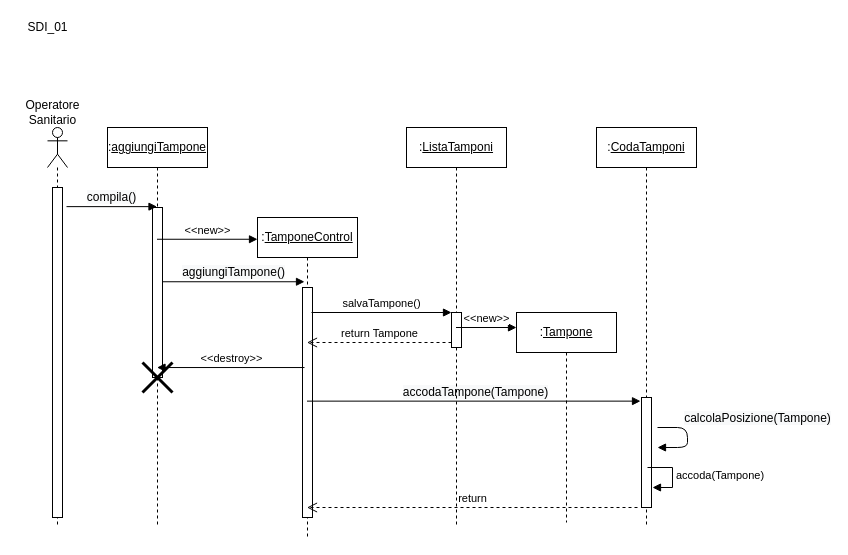
lorycris99/Team-HILO keeps this draw.io diagram as page "SDI_01 new" (7 of 8) of Diagrammi/Sequence Diagram.drawio. Above is the earlier version. Source tidied: cells renumbered, new cells numbered last; positions are measured from the earlier drawing's top-left corner, leaving out a move shared by most shapes. Both pictures are drawn from the tidied source at 100%, with x=0, y=0 at pixel (17, 17).
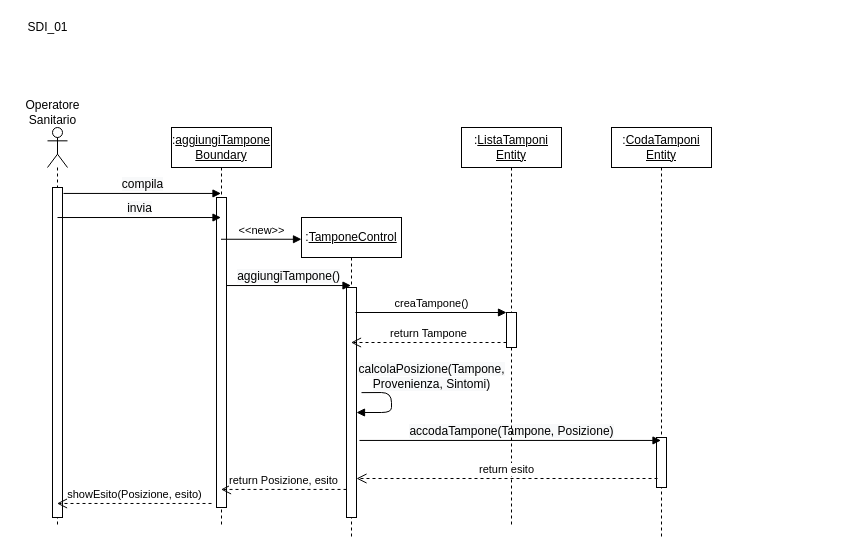
The same page after the edit.

The change refers to these unchanged cells:
```xml
<mxCell id="2" style="shape=umlLifeline;participant=umlActor;perimeter=lifelinePerimeter;whiteSpace=wrap;html=1;verticalAlign=top;spacingTop=36;outlineConnect=0;" parent="1" vertex="1">
  <mxGeometry x="30" y="110" width="20" height="400" as="geometry" />
</mxCell>
<mxCell id="3" style="html=1;points=[];perimeter=orthogonalPerimeter;" parent="2" vertex="1">
  <mxGeometry x="5" y="60" width="10" height="330" as="geometry" />
</mxCell>
<mxCell id="9" style="html=1;points=[];perimeter=orthogonalPerimeter;" parent="8" vertex="1">
  <mxGeometry x="45" y="70" width="10" height="230" as="geometry" />
</mxCell>
<mxCell id="20" style="html=1;points=[];perimeter=orthogonalPerimeter;" parent="19" vertex="1">
  <mxGeometry x="45" y="185" width="10" height="35" as="geometry" />
</mxCell>
```

Diff of the diagram source:
```diff
@@
-    <mxCell id="4" value=":&lt;u&gt;aggiungiTampone&lt;/u&gt;" style="shape=umlLifeline;perimeter=lifelinePerimeter;whiteSpace=wrap;html=1;outlineConnect=0;" parent="1" vertex="1">
-      <mxGeometry x="90" y="110" width="100" height="400" as="geometry" />
+    <mxCell id="4" value=":&lt;u&gt;aggiungiTampone&lt;br&gt;Boundary&lt;br&gt;&lt;/u&gt;" style="shape=umlLifeline;perimeter=lifelinePerimeter;whiteSpace=wrap;html=1;outlineConnect=0;" parent="1" vertex="1">
+      <mxGeometry x="154" y="110" width="100" height="400" as="geometry" />
     </mxCell>
     <mxCell id="5" style="html=1;points=[];perimeter=orthogonalPerimeter;" parent="4" vertex="1">
-      <mxGeometry x="45" y="80" width="10" height="170" as="geometry" />
+      <mxGeometry x="45" y="70" width="10" height="310" as="geometry" />
     </mxCell>
@@
-    <mxCell id="7" style="shape=umlDestroy;whiteSpace=wrap;html=1;strokeWidth=3;" parent="4" vertex="1">
-      <mxGeometry x="35" y="235" width="30" height="30" as="geometry" />
-    </mxCell>
     <mxCell id="8" value=":&lt;u&gt;TamponeControl&lt;/u&gt;" style="shape=umlLifeline;perimeter=lifelinePerimeter;whiteSpace=wrap;html=1;outlineConnect=0;" parent="1" vertex="1">
-      <mxGeometry x="240" y="200" width="100" height="320" as="geometry" />
+      <mxGeometry x="284" y="200" width="100" height="320" as="geometry" />
     </mxCell>
@@
+    <mxCell id="15" value="&lt;span style=&quot;font-size: 12px ; background-color: rgb(248 , 249 , 250)&quot;&gt;calcolaPosizione(Tampone,&lt;br&gt;Provenienza, Sintomi)&lt;/span&gt;" style="html=1;verticalAlign=bottom;endArrow=block;exitX=1.5;exitY=0.457;exitDx=0;exitDy=0;exitPerimeter=0;" parent="8" edge="1" source="9" target="9">
+      <mxGeometry x="-0.27" y="40" relative="1" as="geometry">
+        <Array as="points">
+          <mxPoint x="90" y="175" />
+          <mxPoint x="90" y="195" />
+        </Array>
+      </mxGeometry>
+    </mxCell>
-    <mxCell id="10" value=":&lt;u&gt;CodaTamponi&lt;/u&gt;" style="shape=umlLifeline;perimeter=lifelinePerimeter;whiteSpace=wrap;html=1;outlineConnect=0;" parent="1" vertex="1">
-      <mxGeometry x="579" y="110" width="100" height="400" as="geometry" />
+    <mxCell id="10" value=":&lt;u&gt;CodaTamponi&lt;br&gt;Entity&lt;br&gt;&lt;/u&gt;" style="shape=umlLifeline;perimeter=lifelinePerimeter;whiteSpace=wrap;html=1;outlineConnect=0;" parent="1" vertex="1">
+      <mxGeometry x="594" y="110" width="100" height="410" as="geometry" />
     </mxCell>
     <mxCell id="11" style="html=1;points=[];perimeter=orthogonalPerimeter;" parent="10" vertex="1">
-      <mxGeometry x="45" y="270" width="10" height="110" as="geometry" />
+      <mxGeometry x="45" y="310" width="10" height="50" as="geometry" />
     </mxCell>
@@
-    <mxCell id="15" value="&lt;span style=&quot;font-size: 12px ; background-color: rgb(248 , 249 , 250)&quot;&gt;calcolaPosizione(Tampone)&lt;/span&gt;" style="html=1;verticalAlign=bottom;endArrow=block;" parent="1" edge="1">
-      <mxGeometry x="-0.25" y="70" relative="1" as="geometry">
-        <mxPoint x="640" y="410" as="sourcePoint" />
-        <mxPoint x="640" y="430" as="targetPoint" />
-        <Array as="points">
-          <mxPoint x="670" y="410" />
-          <mxPoint x="670" y="430" />
-        </Array>
-      </mxGeometry>
-    </mxCell>
-    <mxCell id="16" value="&lt;span style=&quot;font-size: 12px ; background-color: rgb(248 , 249 , 250)&quot;&gt;accodaTampone(Tampone)&lt;/span&gt;" style="html=1;verticalAlign=bottom;endArrow=block;entryX=-0.1;entryY=0.033;entryDx=0;entryDy=0;entryPerimeter=0;" parent="1" edge="1" source="8" target="11">
-      <mxGeometry relative="1" as="geometry">
-        <mxPoint x="1" as="offset" />
-      </mxGeometry>
+    <mxCell id="16" value="&lt;span style=&quot;font-size: 12px ; background-color: rgb(248 , 249 , 250)&quot;&gt;accodaTampone(Tampone, Posizione)&lt;/span&gt;" style="html=1;verticalAlign=bottom;endArrow=block;exitX=1.3;exitY=0.665;exitDx=0;exitDy=0;exitPerimeter=0;" parent="1" edge="1" source="9" target="10">
+      <mxGeometry x="0.01" relative="1" as="geometry" />
     </mxCell>
-    <mxCell id="17" value="&lt;span style=&quot;font-size: 12px ; background-color: rgb(248 , 249 , 250)&quot;&gt;compila()&lt;/span&gt;" style="html=1;verticalAlign=bottom;endArrow=block;exitX=1.4;exitY=0.058;exitDx=0;exitDy=0;exitPerimeter=0;" parent="1" edge="1" source="3" target="4">
+    <mxCell id="17" value="&lt;span style=&quot;font-size: 12px ; background-color: rgb(248 , 249 , 250)&quot;&gt;compila&lt;/span&gt;" style="html=1;verticalAlign=bottom;endArrow=block;exitX=1.1;exitY=0.018;exitDx=0;exitDy=0;exitPerimeter=0;" parent="1" edge="1" source="3" target="4">
       <mxGeometry relative="1" as="geometry" />
     </mxCell>
-    <mxCell id="18" value="&lt;span style=&quot;font-size: 12px ; background-color: rgb(248 , 249 , 250)&quot;&gt;aggiungiTampone()&lt;/span&gt;" style="html=1;verticalAlign=bottom;endArrow=block;entryX=0.2;entryY=-0.025;entryDx=0;entryDy=0;entryPerimeter=0;" parent="1" edge="1" source="5" target="9">
+    <mxCell id="18" value="&lt;span style=&quot;font-size: 12px ; background-color: rgb(248 , 249 , 250)&quot;&gt;aggiungiTampone()&lt;/span&gt;" style="html=1;verticalAlign=bottom;endArrow=block;exitX=1;exitY=0.284;exitDx=0;exitDy=0;exitPerimeter=0;" parent="1" edge="1" source="5" target="8">
       <mxGeometry relative="1" as="geometry" />
     </mxCell>
-    <mxCell id="19" value=":&lt;u&gt;ListaTamponi&lt;/u&gt;" style="shape=umlLifeline;perimeter=lifelinePerimeter;whiteSpace=wrap;html=1;outlineConnect=0;" parent="1" vertex="1">
-      <mxGeometry x="389" y="110" width="100" height="400" as="geometry" />
+    <mxCell id="19" value=":&lt;u&gt;ListaTamponi&lt;br&gt;Entity&lt;br&gt;&lt;/u&gt;" style="shape=umlLifeline;perimeter=lifelinePerimeter;whiteSpace=wrap;html=1;outlineConnect=0;" parent="1" vertex="1">
+      <mxGeometry x="444" y="110" width="100" height="400" as="geometry" />
     </mxCell>
@@
-    <mxCell id="21" value="salvaTampone()" style="html=1;verticalAlign=bottom;endArrow=block;" parent="1" edge="1" target="20">
+    <mxCell id="21" value="creaTampone()" style="html=1;verticalAlign=bottom;endArrow=block;" parent="1" edge="1" target="20">
       <mxGeometry relative="1" as="geometry">
-        <mxPoint x="294" y="295" as="sourcePoint" />
+        <mxPoint x="338" y="295" as="sourcePoint" />
       </mxGeometry>
     </mxCell>
-    <mxCell id="22" value="&amp;lt;&amp;lt;new&amp;gt;&amp;gt;" style="html=1;verticalAlign=bottom;endArrow=block;" parent="1" edge="1" source="19">
-      <mxGeometry relative="1" as="geometry">
-        <mxPoint x="499" y="310" as="targetPoint" />
-      </mxGeometry>
-    </mxCell>
-    <mxCell id="23" value=":&lt;u&gt;Tampone&lt;/u&gt;" style="shape=umlLifeline;perimeter=lifelinePerimeter;whiteSpace=wrap;html=1;" parent="1" vertex="1">
-      <mxGeometry x="499" y="295" width="100" height="210" as="geometry" />
-    </mxCell>
@@
-    <mxCell id="25" value="accoda(Tampone)" style="edgeStyle=orthogonalEdgeStyle;html=1;align=left;spacingLeft=2;endArrow=block;rounded=0;entryX=1;entryY=0;" parent="1" edge="1">
-      <mxGeometry relative="1" as="geometry">
-        <mxPoint x="630" y="450" as="sourcePoint" />
-        <mxPoint x="635" y="470" as="targetPoint" />
-        <Array as="points">
-          <mxPoint x="655" y="450" />
-        </Array>
-      </mxGeometry>
-    </mxCell>
-    <mxCell id="26" value="return" style="html=1;verticalAlign=bottom;endArrow=open;dashed=1;endSize=8;" parent="1" edge="1" target="8">
-      <mxGeometry relative="1" as="geometry">
-        <mxPoint x="620" y="490" as="sourcePoint" />
-      </mxGeometry>
-    </mxCell>
-    <mxCell id="27" value="&amp;lt;&amp;lt;destroy&amp;gt;&amp;gt;" style="html=1;verticalAlign=bottom;endArrow=none;startArrow=block;startFill=1;endFill=0;entryX=0.2;entryY=0.348;entryDx=0;entryDy=0;entryPerimeter=0;" parent="1" edge="1" source="4" target="9">
-      <mxGeometry relative="1" as="geometry" />
-    </mxCell>
+    <mxCell id="28" value="&lt;span style=&quot;font-size: 12px ; background-color: rgb(248 , 249 , 250)&quot;&gt;invia&lt;/span&gt;" style="html=1;verticalAlign=bottom;endArrow=block;exitX=0.5;exitY=0.091;exitDx=0;exitDy=0;exitPerimeter=0;" parent="1" edge="1" source="3" target="4">
+      <mxGeometry relative="1" as="geometry" />
+    </mxCell>
+    <mxCell id="29" value="return esito" style="html=1;verticalAlign=bottom;endArrow=open;dashed=1;endSize=8;exitX=0.1;exitY=0.82;exitDx=0;exitDy=0;exitPerimeter=0;" parent="1" edge="1" source="11" target="9">
+      <mxGeometry relative="1" as="geometry" />
+    </mxCell>
+    <mxCell id="30" value="return Posizione, esito" style="html=1;verticalAlign=bottom;endArrow=open;dashed=1;endSize=8;exitX=0;exitY=0.878;exitDx=0;exitDy=0;exitPerimeter=0;" parent="1" edge="1" source="9" target="4">
+      <mxGeometry relative="1" as="geometry" />
+    </mxCell>
+    <mxCell id="31" value="showEsito(Posizione, esito)" style="html=1;verticalAlign=bottom;endArrow=open;dashed=1;endSize=8;exitX=-0.5;exitY=0.987;exitDx=0;exitDy=0;exitPerimeter=0;" parent="1" edge="1" source="5" target="2">
+      <mxGeometry relative="1" as="geometry" />
+    </mxCell>
```
